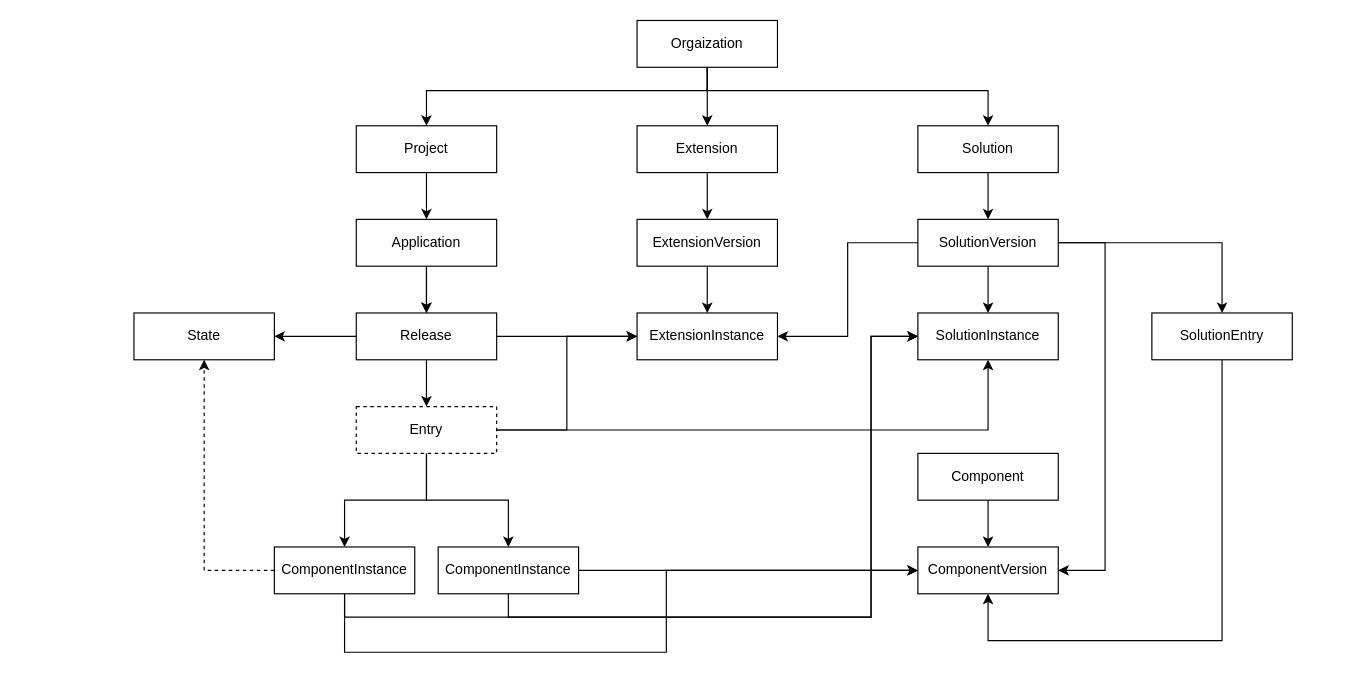
Before: doc/系统结构.dio in wenchuanli1989/groot, a draw.io diagram. Source tidied: cells renumbered, new cells numbered last; positions are measured from the earlier drawing's top-left corner, leaving out a move shared by most shapes. Both pictures are drawn from the tidied source at 117%, with x=0, y=0 at pixel (133, 20).
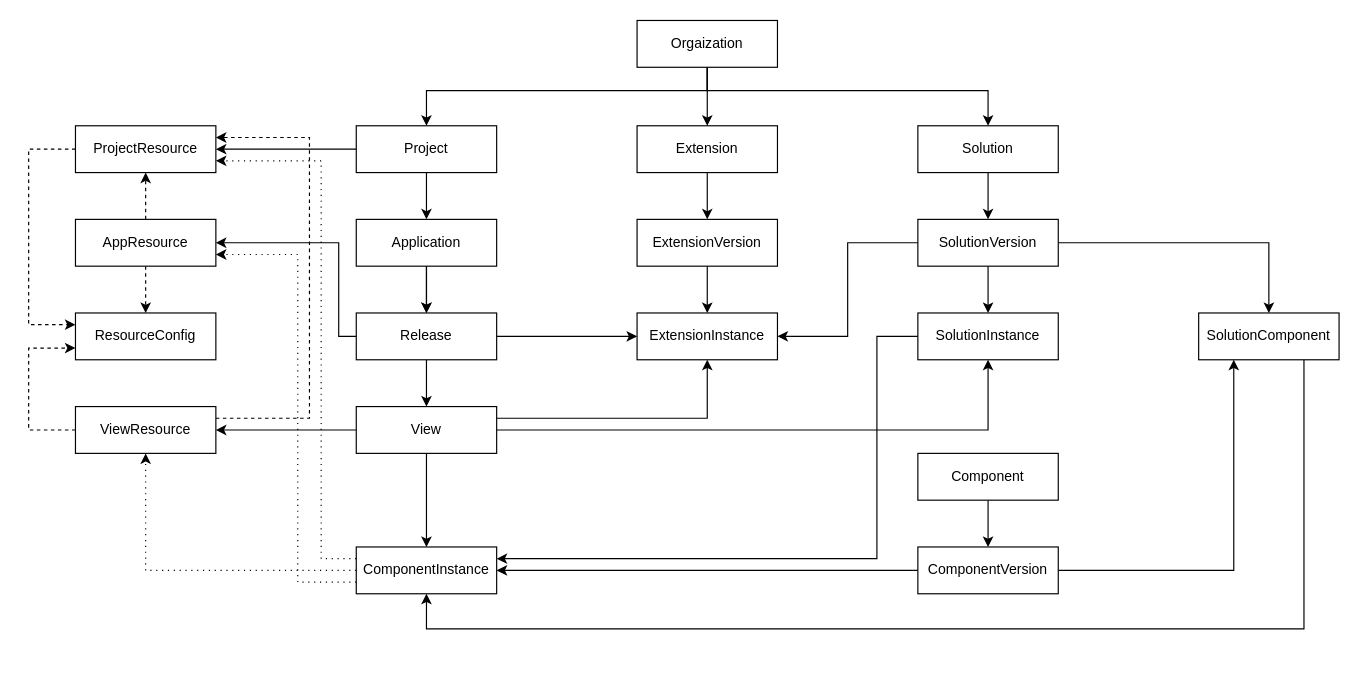
Above is the later version.

Unchanged cells that the change refers to:
```xml
<mxCell id="5" value="Orgaization" style="whiteSpace=wrap;html=1;" parent="1" vertex="1">
  <mxGeometry x="430" width="120" height="40" as="geometry" />
</mxCell>
<mxCell id="7" value="Project" style="whiteSpace=wrap;html=1;" parent="1" vertex="1">
  <mxGeometry x="190" y="90" width="120" height="40" as="geometry" />
</mxCell>
<mxCell id="13" value="Solution" style="whiteSpace=wrap;html=1;" parent="1" vertex="1">
  <mxGeometry x="670" y="90" width="120" height="40" as="geometry" />
</mxCell>
<mxCell id="18" value="SolutionVersion" style="whiteSpace=wrap;html=1;" parent="1" vertex="1">
  <mxGeometry x="670" y="170" width="120" height="40" as="geometry" />
</mxCell>
<mxCell id="28" value="Release" style="whiteSpace=wrap;html=1;" parent="1" vertex="1">
  <mxGeometry x="190" y="250" width="120" height="40" as="geometry" />
</mxCell>
<mxCell id="40" value="ComponentVersion" style="whiteSpace=wrap;html=1;" parent="1" vertex="1">
  <mxGeometry x="670" y="450" width="120" height="40" as="geometry" />
</mxCell>
<mxCell id="41" value="ExtensionInstance" style="whiteSpace=wrap;html=1;" parent="1" vertex="1">
  <mxGeometry x="430" y="250" width="120" height="40" as="geometry" />
</mxCell>
<mxCell id="42" value="SolutionInstance" style="whiteSpace=wrap;html=1;" parent="1" vertex="1">
  <mxGeometry x="670" y="250" width="120" height="40" as="geometry" />
</mxCell>
```

What changed in the source:
```diff
@@
     <mxCell id="2" style="edgeStyle=elbowEdgeStyle;html=1;entryX=0.5;entryY=0;entryDx=0;entryDy=0;exitX=0.5;exitY=1;exitDx=0;exitDy=0;elbow=vertical;rounded=0;" parent="1" edge="1" source="5" target="13">
       <mxGeometry relative="1" as="geometry">
         <Array as="points">
-          <mxPoint x="610" y="60" />
-          <mxPoint x="540" y="10" />
+          <mxPoint x="615" y="60" />
+          <mxPoint x="545" y="10" />
         </Array>
       </mxGeometry>
     </mxCell>
     <mxCell id="3" style="edgeStyle=elbowEdgeStyle;rounded=0;html=1;elbow=vertical;exitX=0.5;exitY=1;exitDx=0;exitDy=0;" parent="1" edge="1" source="5" target="7">
       <mxGeometry relative="1" as="geometry">
         <Array as="points">
-          <mxPoint x="370" y="60" />
+          <mxPoint x="375" y="60" />
         </Array>
       </mxGeometry>
     </mxCell>
@@
+    <mxCell id="46" style="edgeStyle=none;html=1;exitX=0;exitY=0.5;exitDx=0;exitDy=0;entryX=1;entryY=0.5;entryDx=0;entryDy=0;" parent="1" edge="1" source="7" target="57">
+      <mxGeometry relative="1" as="geometry" />
+    </mxCell>
@@
+    <mxCell id="47" style="edgeStyle=orthogonalEdgeStyle;html=1;entryX=1;entryY=0.5;entryDx=0;entryDy=0;exitX=0;exitY=0.5;exitDx=0;exitDy=0;rounded=0;" parent="1" edge="1" source="28" target="60">
+      <mxGeometry relative="1" as="geometry">
+        <Array as="points">
+          <mxPoint x="175" y="270" />
+          <mxPoint x="175" y="190" />
+        </Array>
+      </mxGeometry>
+    </mxCell>
@@
-    <mxCell id="16" style="edgeStyle=elbowEdgeStyle;rounded=0;html=1;entryX=1;entryY=0.5;entryDx=0;entryDy=0;" parent="1" edge="1" source="18" target="40">
-      <mxGeometry relative="1" as="geometry">
-        <Array as="points">
-          <mxPoint x="830" y="445" />
-        </Array>
-      </mxGeometry>
-    </mxCell>
-    <mxCell id="17" style="edgeStyle=orthogonalEdgeStyle;html=1;entryX=0.5;entryY=0;entryDx=0;entryDy=0;exitX=1;exitY=0.5;exitDx=0;exitDy=0;rounded=0;fillColor=#d80073;strokeColor=#000000;" parent="1" edge="1" source="18" target="44">
-      <mxGeometry relative="1" as="geometry" />
-    </mxCell>
+    <mxCell id="48" style="edgeStyle=elbowEdgeStyle;rounded=0;html=1;exitX=1;exitY=0.5;exitDx=0;exitDy=0;entryX=0.5;entryY=0;entryDx=0;entryDy=0;elbow=vertical;" parent="1" edge="1" source="18" target="63">
+      <mxGeometry relative="1" as="geometry">
+        <Array as="points">
+          <mxPoint x="855" y="190" />
+        </Array>
+      </mxGeometry>
+    </mxCell>
@@
-    <mxCell id="20" style="edgeStyle=elbowEdgeStyle;rounded=0;elbow=vertical;html=1;" parent="1" edge="1" source="23" target="39">
-      <mxGeometry relative="1" as="geometry" />
-    </mxCell>
+    <mxCell id="22" style="edgeStyle=orthogonalEdgeStyle;rounded=0;html=1;entryX=0.5;entryY=1;entryDx=0;entryDy=0;fillColor=#d80073;strokeColor=#000000;" parent="1" edge="1" source="23" target="42">
+      <mxGeometry relative="1" as="geometry" />
+    </mxCell>
+    <mxCell id="49" style="edgeStyle=none;html=1;entryX=1;entryY=0.5;entryDx=0;entryDy=0;" parent="1" edge="1" source="23" target="45">
+      <mxGeometry relative="1" as="geometry" />
+    </mxCell>
-    <mxCell id="21" style="edgeStyle=orthogonalEdgeStyle;rounded=0;html=1;entryX=0;entryY=0.5;entryDx=0;entryDy=0;strokeColor=#000000;fillColor=#d80073;" parent="1" edge="1" source="23" target="41">
+    <mxCell id="21" style="edgeStyle=orthogonalEdgeStyle;rounded=0;html=1;exitX=1;exitY=0.25;exitDx=0;exitDy=0;entryX=0.5;entryY=1;entryDx=0;entryDy=0;" parent="1" edge="1" source="23" target="41">
       <mxGeometry relative="1" as="geometry" />
     </mxCell>
-    <mxCell id="22" style="edgeStyle=orthogonalEdgeStyle;rounded=0;html=1;entryX=0.5;entryY=1;entryDx=0;entryDy=0;fillColor=#d80073;strokeColor=#000000;" parent="1" edge="1" source="23" target="42">
-      <mxGeometry relative="1" as="geometry" />
-    </mxCell>
-    <mxCell id="23" value="Entry" style="whiteSpace=wrap;html=1;dashed=1;" parent="1" vertex="1">
+    <mxCell id="23" value="View" style="whiteSpace=wrap;html=1;" parent="1" vertex="1">
       <mxGeometry x="190" y="330" width="120" height="40" as="geometry" />
     </mxCell>
@@
-    <mxCell id="27" style="edgeStyle=orthogonalEdgeStyle;rounded=0;html=1;exitX=0;exitY=0.5;exitDx=0;exitDy=0;entryX=1;entryY=0.5;entryDx=0;entryDy=0;" parent="1" edge="1" source="28" target="45">
-      <mxGeometry relative="1" as="geometry" />
-    </mxCell>
@@
+    <mxCell id="50" style="edgeStyle=elbowEdgeStyle;rounded=0;html=1;exitX=0;exitY=0.5;exitDx=0;exitDy=0;entryX=1;entryY=0.5;entryDx=0;entryDy=0;" parent="1" edge="1" source="40" target="36">
+      <mxGeometry relative="1" as="geometry" />
+    </mxCell>
@@
-    <mxCell id="33" style="edgeStyle=orthogonalEdgeStyle;rounded=0;html=1;exitX=0.5;exitY=1;exitDx=0;exitDy=0;elbow=vertical;entryX=0;entryY=0.5;entryDx=0;entryDy=0;" parent="1" edge="1" source="36" target="40">
-      <mxGeometry relative="1" as="geometry">
-        <Array as="points">
-          <mxPoint x="180" y="540" />
-          <mxPoint x="455" y="540" />
-          <mxPoint x="455" y="470" />
-        </Array>
-      </mxGeometry>
-    </mxCell>
-    <mxCell id="34" style="edgeStyle=orthogonalEdgeStyle;rounded=0;html=1;entryX=0;entryY=0.5;entryDx=0;entryDy=0;exitX=0.5;exitY=1;exitDx=0;exitDy=0;" parent="1" edge="1" source="36" target="42">
-      <mxGeometry relative="1" as="geometry">
-        <Array as="points">
-          <mxPoint x="180" y="510" />
-          <mxPoint x="630" y="510" />
-          <mxPoint x="630" y="270" />
-        </Array>
-      </mxGeometry>
-    </mxCell>
-    <mxCell id="35" style="edgeStyle=orthogonalEdgeStyle;rounded=0;html=1;exitX=0;exitY=0.5;exitDx=0;exitDy=0;dashed=1;" parent="1" edge="1" source="36" target="45">
+    <mxCell id="35" style="edgeStyle=orthogonalEdgeStyle;rounded=0;html=1;exitX=0;exitY=0.5;exitDx=0;exitDy=0;dashed=1;dashPattern=1 4;" parent="1" edge="1" source="36" target="45">
       <mxGeometry relative="1" as="geometry" />
     </mxCell>
+    <mxCell id="51" style="edgeStyle=orthogonalEdgeStyle;rounded=0;html=1;exitX=0;exitY=0.75;exitDx=0;exitDy=0;entryX=1;entryY=0.75;entryDx=0;entryDy=0;dashed=1;dashPattern=1 4;" parent="1" edge="1" source="36" target="60">
+      <mxGeometry relative="1" as="geometry">
+        <Array as="points">
+          <mxPoint x="140" y="480" />
+          <mxPoint x="140" y="200" />
+        </Array>
+      </mxGeometry>
+    </mxCell>
     <mxCell id="36" value="ComponentInstance" style="whiteSpace=wrap;html=1;" parent="1" vertex="1">
-      <mxGeometry x="120" y="450" width="120" height="40" as="geometry" />
+      <mxGeometry x="190" y="450" width="120" height="40" as="geometry" />
     </mxCell>
-    <mxCell id="37" style="edgeStyle=elbowEdgeStyle;rounded=0;html=1;entryX=0;entryY=0.5;entryDx=0;entryDy=0;" parent="1" edge="1" source="39" target="40">
-      <mxGeometry relative="1" as="geometry" />
-    </mxCell>
-    <mxCell id="38" style="edgeStyle=orthogonalEdgeStyle;rounded=0;html=1;entryX=0;entryY=0.5;entryDx=0;entryDy=0;exitX=0.5;exitY=1;exitDx=0;exitDy=0;fillColor=#d80073;strokeColor=#000000;" parent="1" edge="1" source="39" target="42">
-      <mxGeometry relative="1" as="geometry">
-        <Array as="points">
-          <mxPoint x="320" y="510" />
-          <mxPoint x="630" y="510" />
-          <mxPoint x="630" y="270" />
-        </Array>
-      </mxGeometry>
-    </mxCell>
-    <mxCell id="39" value="ComponentInstance" style="whiteSpace=wrap;html=1;" parent="1" vertex="1">
-      <mxGeometry x="260" y="450" width="120" height="40" as="geometry" />
-    </mxCell>
+    <mxCell id="52" style="edgeStyle=elbowEdgeStyle;rounded=0;html=1;entryX=0.25;entryY=1;entryDx=0;entryDy=0;" parent="1" edge="1" source="40" target="63">
+      <mxGeometry relative="1" as="geometry">
+        <Array as="points">
+          <mxPoint x="940" y="380" />
+        </Array>
+      </mxGeometry>
+    </mxCell>
@@
+    <mxCell id="53" style="edgeStyle=elbowEdgeStyle;rounded=0;html=1;exitX=0;exitY=0.5;exitDx=0;exitDy=0;entryX=1;entryY=0.25;entryDx=0;entryDy=0;" parent="1" edge="1" source="42" target="36">
+      <mxGeometry relative="1" as="geometry">
+        <Array as="points">
+          <mxPoint x="635" y="370" />
+        </Array>
+      </mxGeometry>
+    </mxCell>
@@
-    <mxCell id="43" style="edgeStyle=orthogonalEdgeStyle;rounded=0;html=1;entryX=0.5;entryY=1;entryDx=0;entryDy=0;exitX=0.5;exitY=1;exitDx=0;exitDy=0;" parent="1" edge="1" source="44" target="40">
-      <mxGeometry relative="1" as="geometry">
-        <Array as="points">
-          <mxPoint x="930" y="530" />
-          <mxPoint x="730" y="530" />
-        </Array>
-      </mxGeometry>
-    </mxCell>
-    <mxCell id="44" value="SolutionEntry" style="whiteSpace=wrap;html=1;" parent="1" vertex="1">
-      <mxGeometry x="870" y="250" width="120" height="40" as="geometry" />
-    </mxCell>
+    <mxCell id="54" style="edgeStyle=orthogonalEdgeStyle;rounded=0;html=1;entryX=1;entryY=0.25;entryDx=0;entryDy=0;exitX=1;exitY=0.25;exitDx=0;exitDy=0;dashed=1;" parent="1" edge="1" source="45" target="57">
+      <mxGeometry relative="1" as="geometry">
+        <Array as="points">
+          <mxPoint x="150" y="340" />
+          <mxPoint x="150" y="100" />
+        </Array>
+      </mxGeometry>
+    </mxCell>
+    <mxCell id="55" style="edgeStyle=elbowEdgeStyle;rounded=0;elbow=vertical;html=1;exitX=0;exitY=0.5;exitDx=0;exitDy=0;entryX=0;entryY=0.75;entryDx=0;entryDy=0;dashed=1;" parent="1" edge="1" source="45" target="64">
+      <mxGeometry relative="1" as="geometry">
+        <Array as="points">
+          <mxPoint x="-90" y="310" />
+        </Array>
+      </mxGeometry>
+    </mxCell>
-    <mxCell id="45" value="State" style="whiteSpace=wrap;html=1;" parent="1" vertex="1">
-      <mxGeometry y="250" width="120" height="40" as="geometry" />
+    <mxCell id="45" value="ViewResource" style="whiteSpace=wrap;html=1;" parent="1" vertex="1">
+      <mxGeometry x="-50" y="330" width="120" height="40" as="geometry" />
     </mxCell>
+    <mxCell id="56" style="edgeStyle=elbowEdgeStyle;rounded=0;elbow=vertical;html=1;exitX=0;exitY=0.5;exitDx=0;exitDy=0;entryX=0;entryY=0.25;entryDx=0;entryDy=0;dashed=1;" parent="1" edge="1" source="57" target="64">
+      <mxGeometry relative="1" as="geometry">
+        <Array as="points">
+          <mxPoint x="-90" y="190" />
+        </Array>
+      </mxGeometry>
+    </mxCell>
+    <mxCell id="57" value="ProjectResource" style="whiteSpace=wrap;html=1;" parent="1" vertex="1">
+      <mxGeometry x="-50" y="90" width="120" height="40" as="geometry" />
+    </mxCell>
+    <mxCell id="58" style="edgeStyle=orthogonalEdgeStyle;rounded=0;html=1;exitX=0.5;exitY=0;exitDx=0;exitDy=0;entryX=0.5;entryY=1;entryDx=0;entryDy=0;dashed=1;" parent="1" edge="1" source="60" target="57">
+      <mxGeometry relative="1" as="geometry" />
+    </mxCell>
+    <mxCell id="59" style="edgeStyle=elbowEdgeStyle;rounded=0;elbow=vertical;html=1;entryX=0.5;entryY=0;entryDx=0;entryDy=0;dashed=1;" parent="1" edge="1" source="60" target="64">
+      <mxGeometry relative="1" as="geometry" />
+    </mxCell>
+    <mxCell id="60" value="AppResource" style="whiteSpace=wrap;html=1;" parent="1" vertex="1">
+      <mxGeometry x="-50" y="170" width="120" height="40" as="geometry" />
+    </mxCell>
+    <mxCell id="61" style="edgeStyle=orthogonalEdgeStyle;rounded=0;html=1;exitX=0;exitY=0.25;exitDx=0;exitDy=0;entryX=1;entryY=0.75;entryDx=0;entryDy=0;dashed=1;dashPattern=1 4;" parent="1" edge="1" source="36" target="57">
+      <mxGeometry relative="1" as="geometry">
+        <Array as="points">
+          <mxPoint x="160" y="460" />
+          <mxPoint x="160" y="120" />
+        </Array>
+      </mxGeometry>
+    </mxCell>
+    <mxCell id="62" style="edgeStyle=elbowEdgeStyle;rounded=0;html=1;exitX=0.75;exitY=1;exitDx=0;exitDy=0;entryX=0.5;entryY=1;entryDx=0;entryDy=0;elbow=vertical;" parent="1" edge="1" source="63" target="36">
+      <mxGeometry relative="1" as="geometry">
+        <Array as="points">
+          <mxPoint x="605" y="520" />
+        </Array>
+      </mxGeometry>
+    </mxCell>
+    <mxCell id="63" value="SolutionComponent" style="whiteSpace=wrap;html=1;" parent="1" vertex="1">
+      <mxGeometry x="910" y="250" width="120" height="40" as="geometry" />
+    </mxCell>
+    <mxCell id="64" value="ResourceConfig" style="whiteSpace=wrap;html=1;" parent="1" vertex="1">
+      <mxGeometry x="-50" y="250" width="120" height="40" as="geometry" />
+    </mxCell>
```
